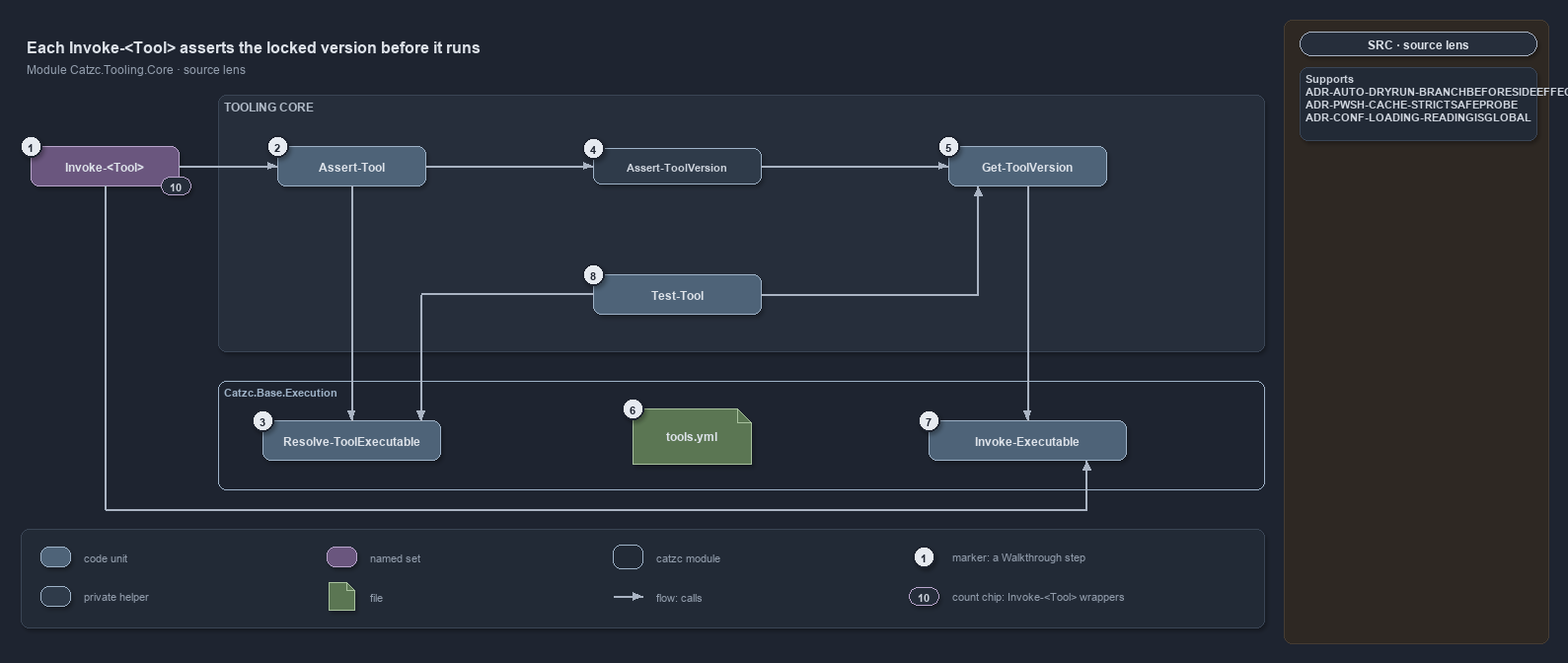
Above: docs/references/pwsh/.assets/invoke-tool-asserts-locked-version/diagram.drawio.png in casperease/catzc (draw.io), before the change. Source tidied: cells renumbered, new cells last; positions are measured from the earlier drawing's top-left corner, leaving out a move shared by most shapes.
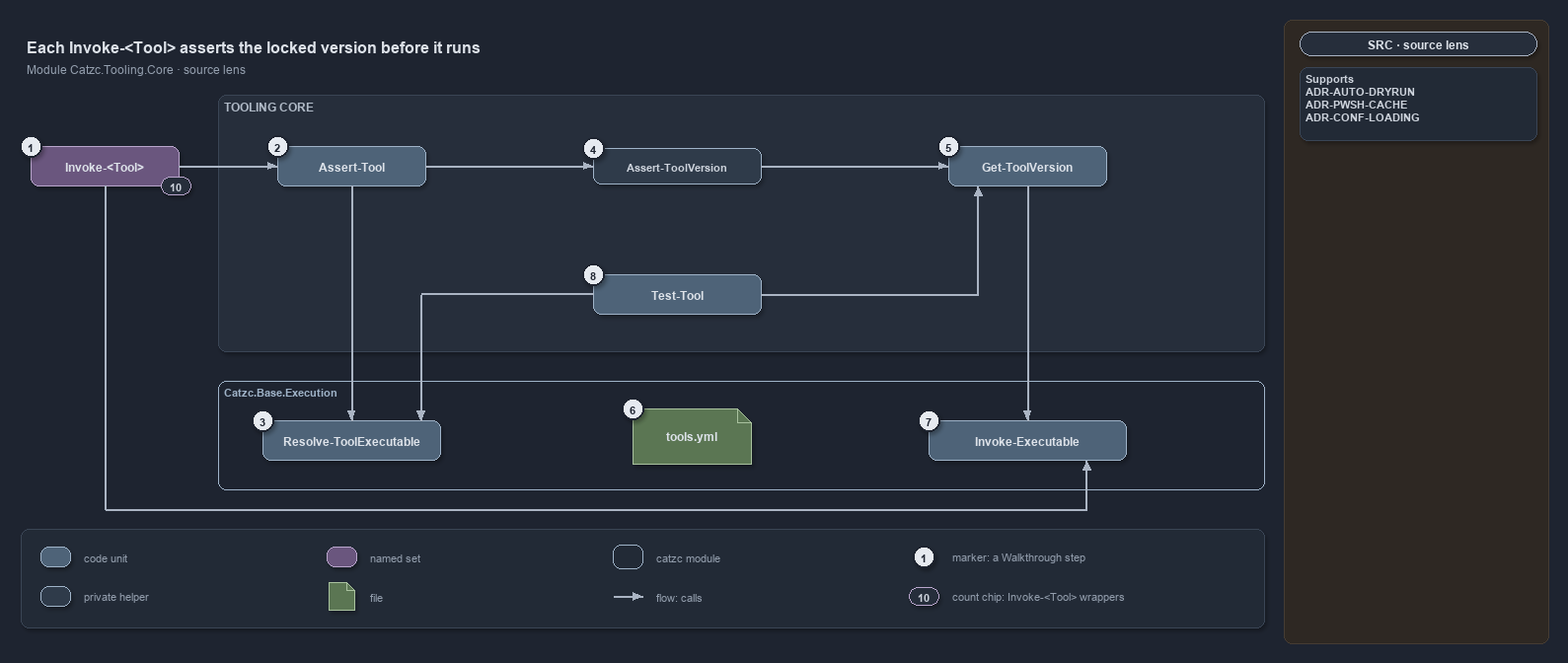
The same file after the commit.

The edit, as a diff of the source:
```diff
@@ -185,7 +185,7 @@
     <mxCell id="62" value="SRC · source lens" style="rounded=1;arcSize=50;whiteSpace=wrap;html=1;fillColor=#262E3B;strokeColor=#AAB4C3;fontColor=#DDE2E9;fontStyle=1;fontSize=12;" parent="1" vertex="1">
       <mxGeometry x="1297" y="12" width="240" height="24" as="geometry" />
     </mxCell>
-    <mxCell id="63" value="&lt;b&gt;Supports&lt;/b&gt;&lt;br&gt;ADR-AUTO-DRYRUN-BRANCHBEFORESIDEEFFECT&lt;br&gt;ADR-PWSH-CACHE-STRICTSAFEPROBE&lt;br&gt;ADR-CONF-LOADING-READINGISGLOBAL" style="rounded=1;arcSize=6;whiteSpace=wrap;html=1;align=left;verticalAlign=top;spacingLeft=6;fontSize=11;fontColor=#CDD3DC;fillColor=#222A36;strokeColor=#3A4555;" parent="1" vertex="1">
+    <mxCell id="63" value="&lt;b&gt;Supports&lt;/b&gt;&lt;br&gt;ADR-AUTO-DRYRUN&lt;br&gt;ADR-PWSH-CACHE&lt;br&gt;ADR-CONF-LOADING" style="rounded=1;arcSize=6;whiteSpace=wrap;html=1;align=left;verticalAlign=top;spacingLeft=6;fontSize=11;fontColor=#CDD3DC;fillColor=#222A36;strokeColor=#3A4555;" parent="1" vertex="1">
       <mxGeometry x="1297" y="48" width="240" height="74" as="geometry" />
     </mxCell>
   </root>
```
